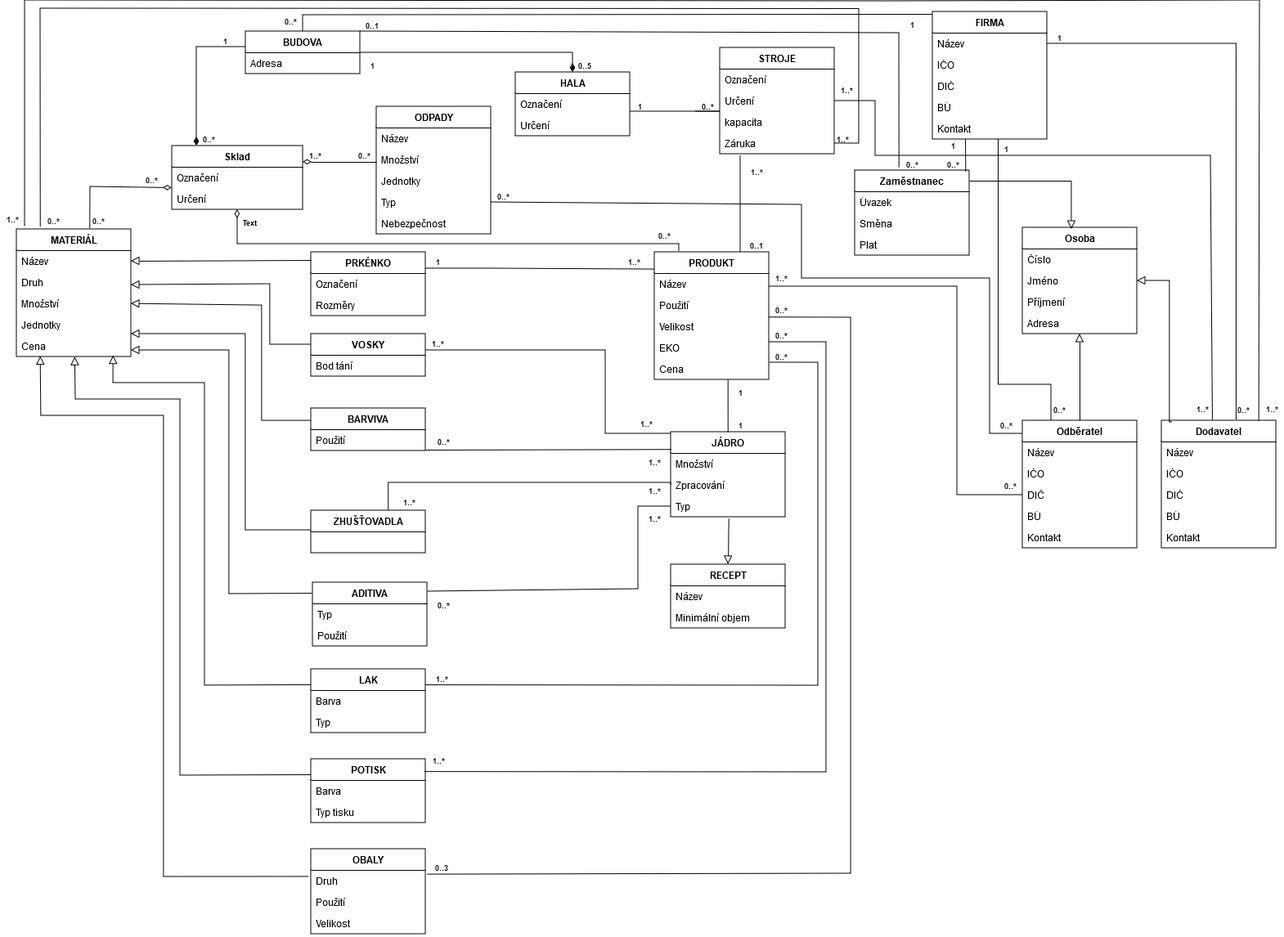
Above: SW_ING/Kosmeticka_tuzka.drawio.png in KarelMasa/pg (draw.io), before the change. Source tidied: cells renumbered, new cells last; positions are measured from the earlier drawing's top-left corner, leaving out a move shared by most shapes.
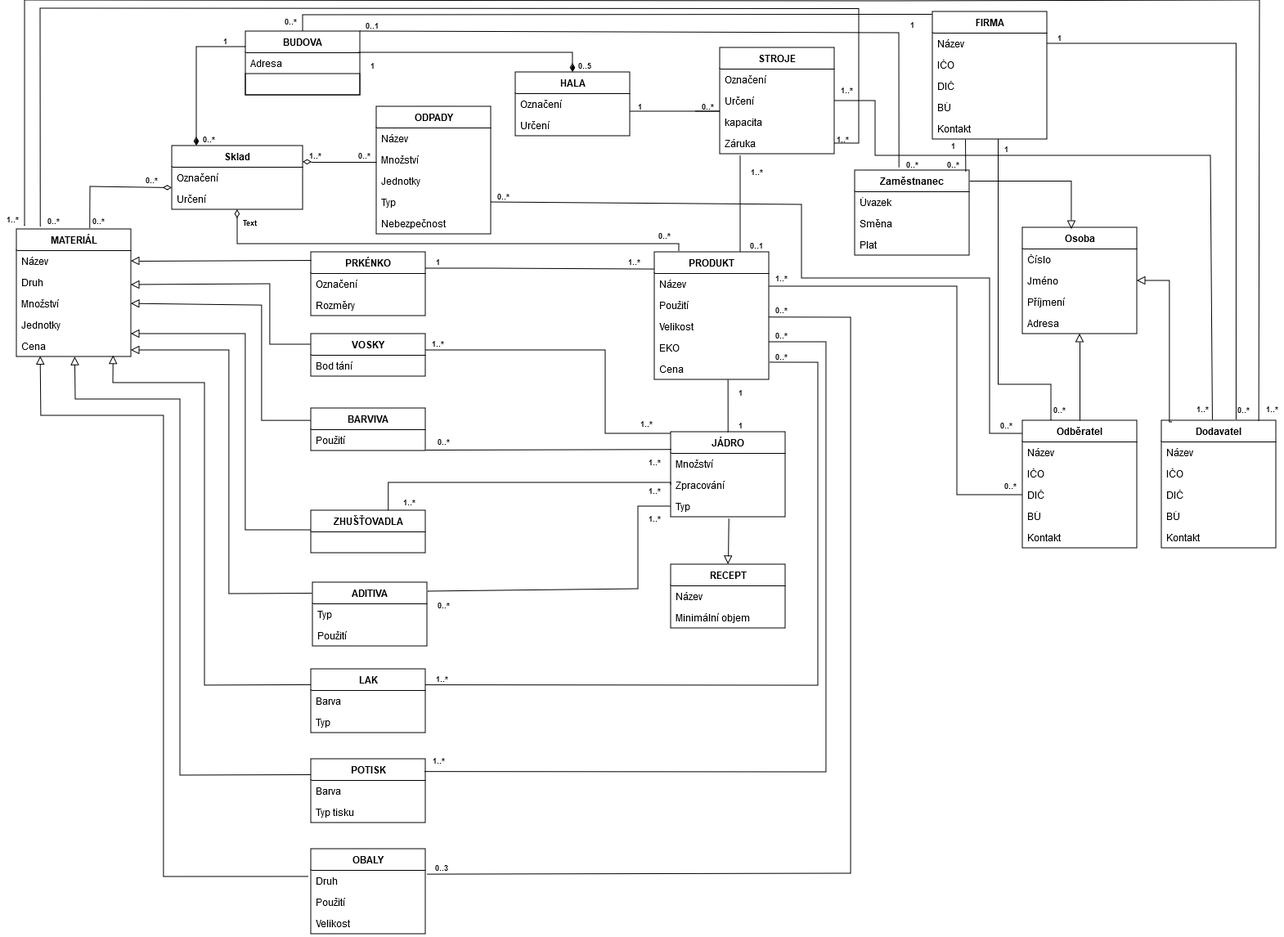
Above is the later version.

Diff of the diagram source:
```diff
@@ -48,11 +48,14 @@
       <mxGeometry y="52" width="140" height="26" as="geometry" />
     </mxCell>
     <mxCell id="17" value="&lt;b&gt;BUDOVA&lt;/b&gt;" style="swimlane;fontStyle=0;horizontal=1;startSize=26;fillColor=none;whiteSpace=wrap;html=1;" parent="1" vertex="1">
-      <mxGeometry x="300" y="38" width="140" height="52" as="geometry" />
+      <mxGeometry x="300" y="38" width="140" height="78" as="geometry" />
     </mxCell>
     <mxCell id="18" value="Adresa" style="text;strokeColor=none;fillColor=none;align=left;verticalAlign=top;spacingLeft=4;spacingRight=4;overflow=hidden;points=[[0,0.5],[1,0.5]];portConstraint=eastwest;whiteSpace=wrap;html=1;" parent="17" vertex="1">
       <mxGeometry y="26" width="140" height="26" as="geometry" />
     </mxCell>
+    <mxCell id="179" style="text;strokeColor=default;fillColor=none;align=left;verticalAlign=top;spacingLeft=4;spacingRight=4;overflow=hidden;whiteSpace=wrap;html=1;" parent="17" vertex="1">
+      <mxGeometry y="52" width="140" height="26" as="geometry" />
+    </mxCell>
     <mxCell id="19" value="&lt;b&gt;STROJE&lt;/b&gt;" style="swimlane;fontStyle=0;horizontal=1;startSize=26;fillColor=none;whiteSpace=wrap;html=1;" parent="1" vertex="1">
       <mxGeometry x="880" y="58" width="140" height="130" as="geometry" />
     </mxCell>
@@ -350,7 +353,7 @@
     <mxCell id="90" value="1..*" style="text;html=1;align=center;verticalAlign=bottom;whiteSpace=wrap;rounded=0;fontSize=9;fontStyle=1;" parent="1" vertex="1">
       <mxGeometry x="370" y="178" width="30" height="20" as="geometry" />
     </mxCell>
-    <mxCell id="91" style="endArrow=diamondThin;startArrow=none;endFill=1;startFill=0;html=1;verticalAlign=bottom;labelBackgroundColor=none;strokeWidth=1;startSize=8;endSize=8;rounded=0;exitX=1;exitY=0.5;exitDx=0;exitDy=0;entryX=0.5;entryY=0;entryDx=0;entryDy=0;" parent="1" edge="1" source="17" target="45">
+    <mxCell id="91" style="endArrow=diamondThin;startArrow=none;endFill=1;startFill=0;html=1;verticalAlign=bottom;labelBackgroundColor=none;strokeWidth=1;startSize=8;endSize=8;rounded=0;exitX=0.986;exitY=0;exitDx=0;exitDy=0;entryX=0.5;entryY=0;entryDx=0;entryDy=0;exitPerimeter=0;" parent="1" edge="1" source="18" target="45">
       <mxGeometry relative="1" as="geometry">
         <Array as="points">
           <mxPoint x="700" y="64" />
```
